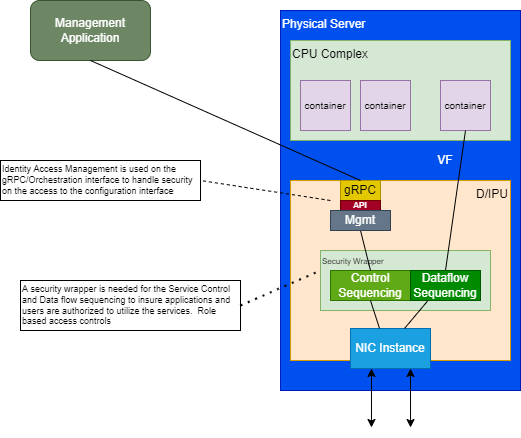
Above: doc/minutes/images/High-Level.png in tedstreete/opi-api (draw.io), before the change. Source tidied: cells renumbered, new cells last; positions are measured from the earlier drawing's top-left corner, leaving out a move shared by most shapes.
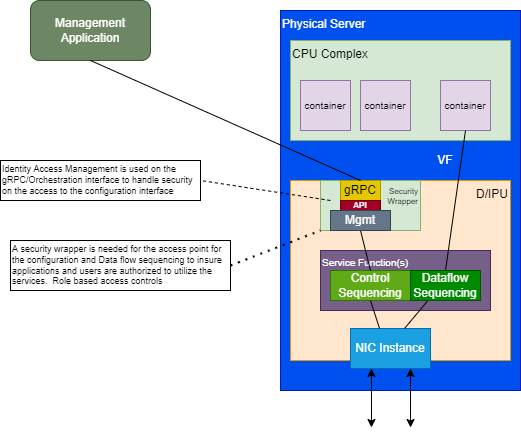
The same diagram one commit later.

Commit message:
Meeting Minutes 5/19, Updated Diagram, Markdown Syntax fix

What changed in the source:
```diff
@@ -11,9 +11,12 @@
     <mxCell id="4" value="NIC Instance" style="rounded=0;whiteSpace=wrap;html=1;fillColor=#1ba1e2;fontColor=#ffffff;strokeColor=#006EAF;" parent="1" vertex="1">
       <mxGeometry x="350" y="328" width="80" height="40" as="geometry" />
     </mxCell>
-    <mxCell id="5" value="Security Wrapper" style="rounded=0;whiteSpace=wrap;html=1;fillColor=#d5e8d4;strokeColor=#82b366;verticalAlign=top;align=left;fontSize=8;" parent="1" vertex="1">
-      <mxGeometry x="320" y="250" width="170" height="60" as="geometry" />
+    <mxCell id="5" value="Security&lt;br&gt;Wrapper" style="rounded=0;whiteSpace=wrap;html=1;fillColor=#d5e8d4;strokeColor=#82b366;verticalAlign=top;align=right;fontSize=8;" parent="1" vertex="1">
+      <mxGeometry x="320" y="180" width="100" height="50" as="geometry" />
     </mxCell>
+    <mxCell id="28" value="Service Function(s)" style="rounded=0;whiteSpace=wrap;html=1;align=left;fontSize=10;verticalAlign=top;fillColor=#76608a;fontColor=#ffffff;strokeColor=#432D57;" parent="1" vertex="1">
+      <mxGeometry x="320" y="250" width="170" height="60" as="geometry" />
+    </mxCell>
     <mxCell id="6" value="Control Sequencing" style="rounded=0;whiteSpace=wrap;html=1;fillColor=#60a917;fontColor=#ffffff;strokeColor=#2D7600;" parent="1" vertex="1">
       <mxGeometry x="330" y="270" width="80" height="30" as="geometry" />
     </mxCell>
@@ -84,10 +87,10 @@
         <mxPoint x="330" y="200" as="sourcePoint" />
       </mxGeometry>
     </mxCell>
-    <mxCell id="26" value="A security wrapper is needed for the Service Control and Data flow sequencing to insure applications and users are authorized to utilize the services.&amp;nbsp; Role based access controls" style="text;html=1;strokeColor=default;fillColor=none;align=left;verticalAlign=middle;whiteSpace=wrap;rounded=0;fontSize=9;" parent="1" vertex="1">
-      <mxGeometry x="20" y="280" width="220" height="50" as="geometry" />
+    <mxCell id="26" value="A security wrapper is needed for the access point for the configuration and Data flow sequencing to insure applications and users are authorized to utilize the services.&amp;nbsp; Role based access controls" style="text;html=1;strokeColor=default;fillColor=none;align=left;verticalAlign=middle;whiteSpace=wrap;rounded=0;fontSize=9;" parent="1" vertex="1">
+      <mxGeometry x="10" y="240" width="220" height="50" as="geometry" />
     </mxCell>
-    <mxCell id="27" style="endArrow=none;dashed=1;html=1;dashPattern=1 3;strokeWidth=2;rounded=0;fontSize=9;exitX=1;exitY=0.5;exitDx=0;exitDy=0;entryX=0.136;entryY=0.5;entryDx=0;entryDy=0;entryPerimeter=0;" parent="1" edge="1" source="26" target="3">
+    <mxCell id="27" style="endArrow=none;dashed=1;html=1;dashPattern=1 3;strokeWidth=2;rounded=0;fontSize=9;exitX=1;exitY=0.5;exitDx=0;exitDy=0;entryX=0.136;entryY=0.278;entryDx=0;entryDy=0;entryPerimeter=0;" parent="1" edge="1" source="26" target="3">
       <mxGeometry relative="1" as="geometry" />
     </mxCell>
   </root>
```
